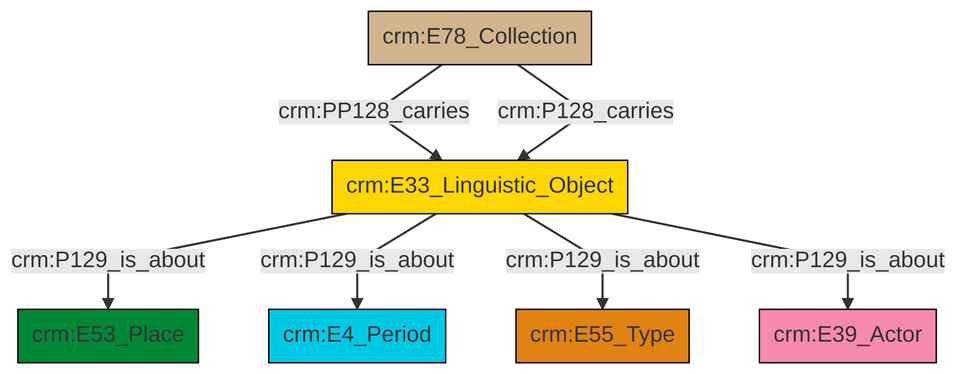
Before: et/archivalCSV/ttl/mmd/png/archival_aboutness.png, a diagram exported from Mermaid (swiss-art-research-net/docs.swissartresearch). Its source is kept beside it as et/archivalCSV/ttl/mmd/archival_aboutness.ttl.mmd. Source of this version:
```mermaid
graph TD
classDef Literal fill:#f2f2f2,stroke:#000000;
classDef CRM_Entity fill:#FFFFFF,stroke:#000000;
classDef Temporal_Entity fill:#00C9E6, stroke:#000000;
classDef Type fill:#E18312, stroke:#000000;
classDef Time-Span fill:#2C9C91, stroke:#000000;
classDef Appellation fill:#FFEB7F, stroke:#000000;
classDef Place fill:#008836, stroke:#000000;
classDef Persistent_Item fill:#B266B2, stroke:#000000;
classDef Conceptual_Object fill:#FFD700, stroke:#000000;
classDef Physical_Thing fill:#D2B48C, stroke:#000000;
classDef Actor fill:#f58aad, stroke:#000000;
classDef PC_Classes fill:#4ce600, stroke:#000000;
classDef Multi fill:#cccccc,stroke:#000000;

0["crm:E78_Collection"]:::Physical_Thing -->|crm:PP128_carries| 1["crm:E33_Linguistic_Object"]:::Conceptual_Object
0["crm:E78_Collection"]:::Physical_Thing -->|crm:P128_carries| 1["crm:E33_Linguistic_Object"]:::Conceptual_Object
1["crm:E33_Linguistic_Object"]:::Conceptual_Object -->|crm:P129_is_about| 2["crm:E53_Place"]:::Place
1["crm:E33_Linguistic_Object"]:::Conceptual_Object -->|crm:P129_is_about| 6["crm:E4_Period"]:::Temporal_Entity
1["crm:E33_Linguistic_Object"]:::Conceptual_Object -->|crm:P129_is_about| 4["crm:E55_Type"]:::Type
1["crm:E33_Linguistic_Object"]:::Conceptual_Object -->|crm:P129_is_about| 9["crm:E39_Actor"]:::Actor
```
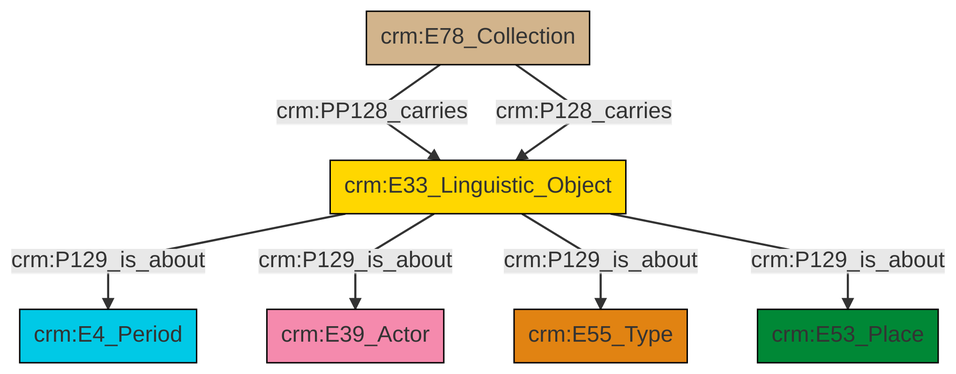
After the change.

Change to the diagram source:
```diff
@@ -13,9 +13,9 @@
 classDef PC_Classes fill:#4ce600, stroke:#000000;
 classDef Multi fill:#cccccc,stroke:#000000;
 
-0["crm:E78_Collection"]:::Physical_Thing -->|crm:PP128_carries| 1["crm:E33_Linguistic_Object"]:::Conceptual_Object
-0["crm:E78_Collection"]:::Physical_Thing -->|crm:P128_carries| 1["crm:E33_Linguistic_Object"]:::Conceptual_Object
-1["crm:E33_Linguistic_Object"]:::Conceptual_Object -->|crm:P129_is_about| 2["crm:E53_Place"]:::Place
-1["crm:E33_Linguistic_Object"]:::Conceptual_Object -->|crm:P129_is_about| 6["crm:E4_Period"]:::Temporal_Entity
-1["crm:E33_Linguistic_Object"]:::Conceptual_Object -->|crm:P129_is_about| 4["crm:E55_Type"]:::Type
-1["crm:E33_Linguistic_Object"]:::Conceptual_Object -->|crm:P129_is_about| 9["crm:E39_Actor"]:::Actor
+4["crm:E33_Linguistic_Object"]:::Conceptual_Object -->|crm:P129_is_about| 5["crm:E4_Period"]:::Temporal_Entity
+2["crm:E78_Collection"]:::Physical_Thing -->|crm:PP128_carries| 4["crm:E33_Linguistic_Object"]:::Conceptual_Object
+4["crm:E33_Linguistic_Object"]:::Conceptual_Object -->|crm:P129_is_about| 0["crm:E39_Actor"]:::Actor
+4["crm:E33_Linguistic_Object"]:::Conceptual_Object -->|crm:P129_is_about| 6["crm:E55_Type"]:::Type
+4["crm:E33_Linguistic_Object"]:::Conceptual_Object -->|crm:P129_is_about| 9["crm:E53_Place"]:::Place
+2["crm:E78_Collection"]:::Physical_Thing -->|crm:P128_carries| 4["crm:E33_Linguistic_Object"]:::Conceptual_Object
```
